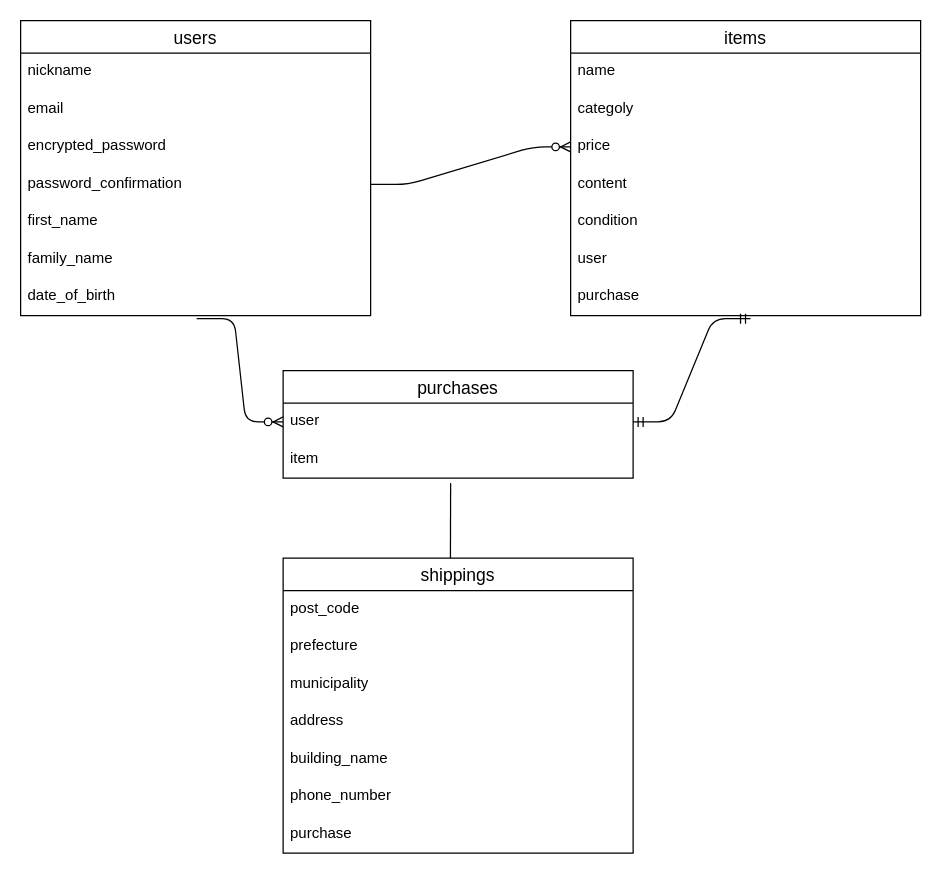
Gussan0829/furima-37407 keeps this draw.io diagram as ER.dio. Above is the earlier version. Source tidied: cells renumbered, new cells numbered last; positions are measured from the earlier drawing's top-left corner, leaving out a move shared by most shapes. Both pictures are drawn from the tidied source at 125%, with x=0, y=0 at pixel (20, 20).
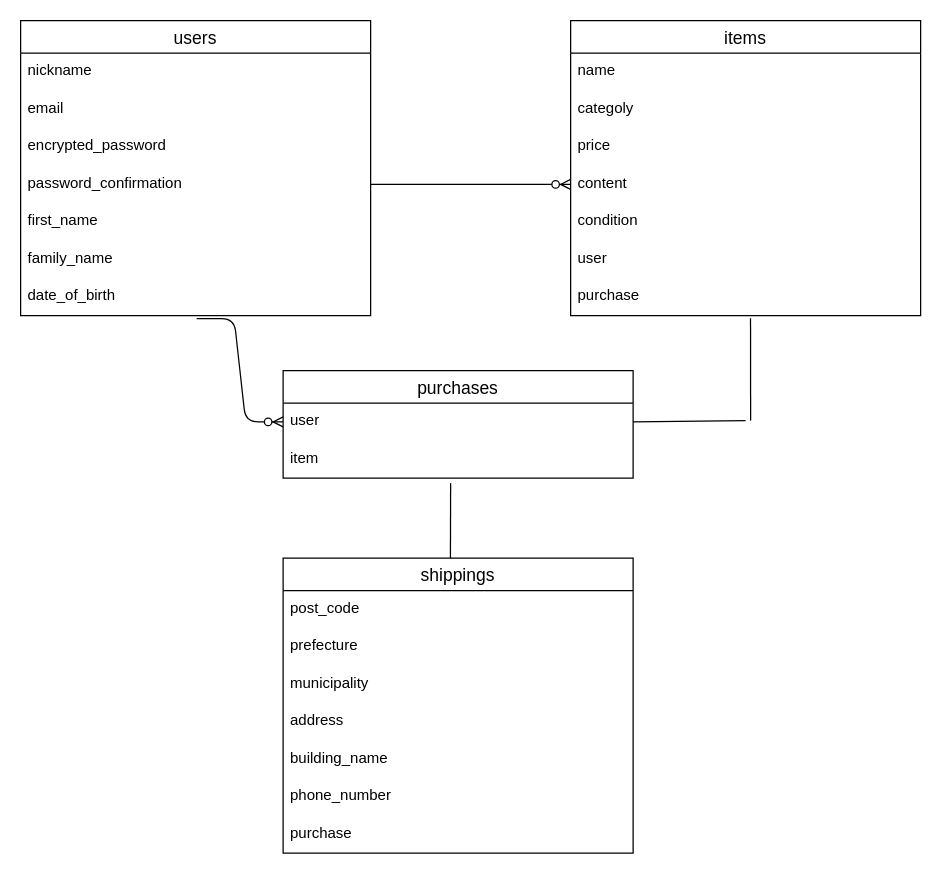
The same page after the edit.

The change refers to these unchanged cells:
```xml
<mxCell id="6" value="password_confirmation" style="text;strokeColor=none;fillColor=none;spacingLeft=4;spacingRight=4;overflow=hidden;points=[[0,0.5],[1,0.5]];portConstraint=eastwest;fontSize=12;" parent="2" vertex="1">
  <mxGeometry y="116" width="280" height="30" as="geometry" />
</mxCell>
<mxCell id="13" value="price" style="text;strokeColor=none;fillColor=none;spacingLeft=4;spacingRight=4;overflow=hidden;points=[[0,0.5],[1,0.5]];portConstraint=eastwest;fontSize=12;" parent="10" vertex="1">
  <mxGeometry y="86" width="280" height="30" as="geometry" />
</mxCell>
<mxCell id="14" value="content" style="text;strokeColor=none;fillColor=none;spacingLeft=4;spacingRight=4;overflow=hidden;points=[[0,0.5],[1,0.5]];portConstraint=eastwest;fontSize=12;" parent="10" vertex="1">
  <mxGeometry y="116" width="280" height="30" as="geometry" />
</mxCell>
<mxCell id="17" value="purchase&#10;" style="text;strokeColor=none;fillColor=none;spacingLeft=4;spacingRight=4;overflow=hidden;points=[[0,0.5],[1,0.5]];portConstraint=eastwest;fontSize=12;" parent="10" vertex="1">
  <mxGeometry y="206" width="280" height="30" as="geometry" />
</mxCell>
<mxCell id="27" value="user" style="text;strokeColor=none;fillColor=none;spacingLeft=4;spacingRight=4;overflow=hidden;points=[[0,0.5],[1,0.5]];portConstraint=eastwest;fontSize=12;" parent="26" vertex="1">
  <mxGeometry y="26" width="280" height="30" as="geometry" />
</mxCell>
```

Diff of the diagram source:
```diff
@@
-    <mxCell id="29" style="edgeStyle=entityRelationEdgeStyle;fontSize=12;html=1;endArrow=ERzeroToMany;endFill=1;exitX=1;exitY=0.5;exitDx=0;exitDy=0;entryX=0;entryY=0.5;entryDx=0;entryDy=0;" parent="1" edge="1" source="6" target="13">
+    <mxCell id="29" style="edgeStyle=entityRelationEdgeStyle;fontSize=12;html=1;endArrow=ERzeroToMany;endFill=1;exitX=1;exitY=0.5;exitDx=0;exitDy=0;entryX=0;entryY=0.5;entryDx=0;entryDy=0;" parent="1" edge="1" source="6" target="14">
       <mxGeometry relative="1" as="geometry" />
     </mxCell>
@@
-    <mxCell id="31" style="edgeStyle=entityRelationEdgeStyle;fontSize=12;html=1;endArrow=ERmandOne;startArrow=ERmandOne;entryX=0.514;entryY=1.08;entryDx=0;entryDy=0;entryPerimeter=0;exitX=1;exitY=0.5;exitDx=0;exitDy=0;" parent="1" edge="1" source="27" target="17">
-      <mxGeometry relative="1" as="geometry" />
-    </mxCell>
@@
+    <mxCell id="33" style="endArrow=none;html=1;rounded=0;entryX=0.514;entryY=1.067;entryDx=0;entryDy=0;entryPerimeter=0;" parent="1" edge="1" target="17">
+      <mxGeometry relative="1" as="geometry">
+        <mxPoint x="584" y="320" as="sourcePoint" />
+      </mxGeometry>
+    </mxCell>
+    <mxCell id="34" style="endArrow=none;html=1;rounded=0;exitX=1;exitY=0.5;exitDx=0;exitDy=0;" parent="1" edge="1" source="27">
+      <mxGeometry relative="1" as="geometry">
+        <mxPoint x="580" y="320" as="targetPoint" />
+      </mxGeometry>
+    </mxCell>
```
